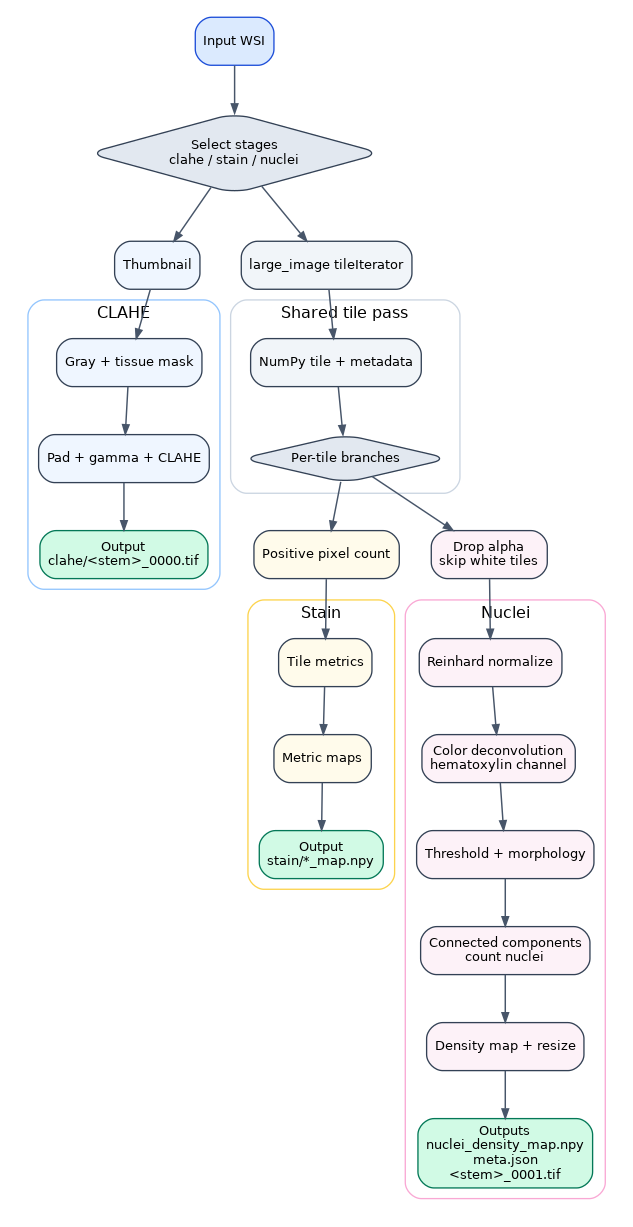
Above: pipeline_schematic_compact.png in hombre111/histoprocessor (Graphviz), before the change. Its source is kept beside it as pipeline_schematic_compact.dot.
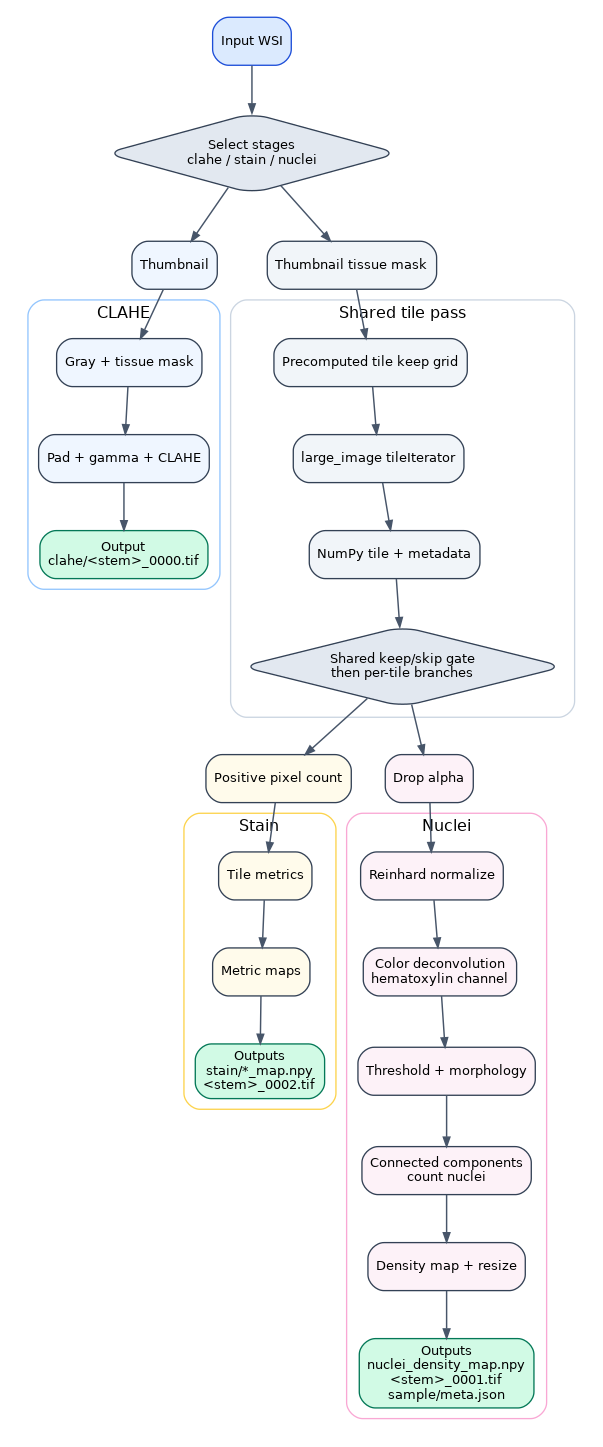
The same file after the commit.

Commit message:
Updated tile filtering, now it is more relaxed and should allow more tiles. Still not perfect

What changed in the source:
```diff
@@ -50,11 +50,13 @@
     style="rounded";
     fontsize=12;
 
-    t0 [label="large_image tileIterator", fillcolor="#f1f5f9"];
-    t1 [label="NumPy tile + metadata", fillcolor="#f1f5f9"];
-    split [label="Per-tile branches", shape=diamond, fillcolor="#e2e8f0"];
+    t0 [label="Thumbnail tissue mask", fillcolor="#f1f5f9"];
+    t1 [label="Precomputed tile keep grid", fillcolor="#f1f5f9"];
+    t2 [label="large_image tileIterator", fillcolor="#f1f5f9"];
+    t3 [label="NumPy tile + metadata", fillcolor="#f1f5f9"];
+    split [label="Shared keep/skip gate\nthen per-tile branches", shape=diamond, fillcolor="#e2e8f0"];
 
-    t0 -> t1 -> split;
+    t0 -> t1 -> t2 -> t3 -> split;
   }
 
   subgraph cluster_stain {
@@ -66,7 +68,7 @@
     s0 [label="Positive pixel count", fillcolor="#fffbeb"];
     s1 [label="Tile metrics", fillcolor="#fffbeb"];
     s2 [label="Metric maps", fillcolor="#fffbeb"];
-    s3 [label="Output\nstain/*_map.npy", fillcolor="#d1fae5", color="#047857"];
+    s3 [label="Outputs\nstain/*_map.npy\n<stem>_0002.tif", fillcolor="#d1fae5", color="#047857"];
 
     s0 -> s1 -> s2 -> s3;
   }
@@ -77,13 +79,13 @@
     style="rounded";
     fontsize=12;
 
-    n0 [label="Drop alpha\nskip white tiles", fillcolor="#fdf2f8"];
+    n0 [label="Drop alpha", fillcolor="#fdf2f8"];
     n1 [label="Reinhard normalize", fillcolor="#fdf2f8"];
     n2 [label="Color deconvolution\nhematoxylin channel", fillcolor="#fdf2f8"];
     n3 [label="Threshold + morphology", fillcolor="#fdf2f8"];
     n4 [label="Connected components\ncount nuclei", fillcolor="#fdf2f8"];
     n5 [label="Density map + resize", fillcolor="#fdf2f8"];
-    n6 [label="Outputs\nnuclei_density_map.npy\nmeta.json\n<stem>_0001.tif", fillcolor="#d1fae5", color="#047857"];
+    n6 [label="Outputs\nnuclei_density_map.npy\n<stem>_0001.tif\nsample/meta.json", fillcolor="#d1fae5", color="#047857"];
 
     n0 -> n1 -> n2 -> n3 -> n4 -> n5 -> n6;
   }
```
